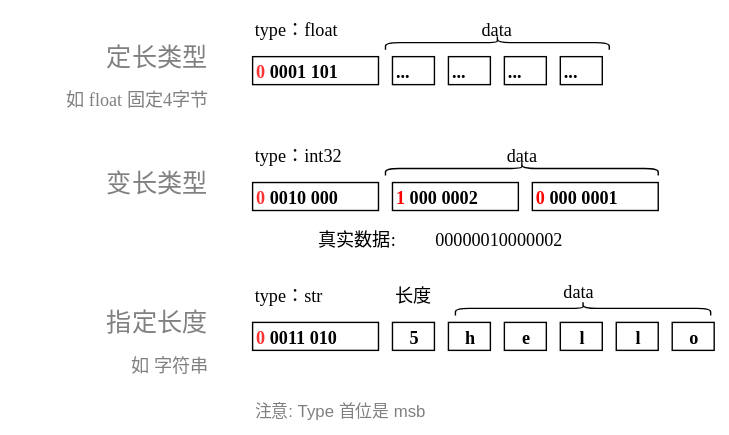
Earlier version of the draw.io export _static/images/serialize/protobuf-example.svg (weditor/document). Source tidied: cells renumbered, new cells last; positions are measured from the earlier drawing's top-left corner, leaving out a move shared by most shapes.
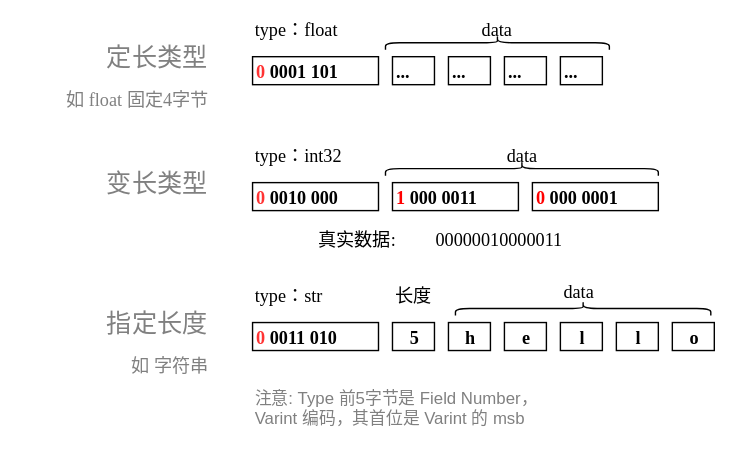
The same diagram one commit later.

Commit message:
修改语法错误

Diff of the diagram source:
```diff
@@ -32,7 +32,7 @@
     <mxCell id="11" value="data" style="text;html=1;strokeColor=none;fillColor=none;align=center;verticalAlign=middle;whiteSpace=wrap;rounded=0;fontFamily=Lucida Console;fontSize=13;" parent="1" vertex="1">
       <mxGeometry x="300" y="60" width="90" height="20" as="geometry" />
     </mxCell>
-    <mxCell id="12" value="&lt;font color=&quot;#ff0000&quot;&gt;1&lt;/font&gt; 000 0002" style="rounded=0;whiteSpace=wrap;html=1;fillColor=#ffffff;align=left;fontStyle=1;fontSize=13;fontFamily=Lucida Console;" parent="1" vertex="1">
+    <mxCell id="12" value="&lt;font color=&quot;#ff0000&quot;&gt;1&lt;/font&gt; 000 0011" style="rounded=0;whiteSpace=wrap;html=1;fillColor=#ffffff;align=left;fontStyle=1;fontSize=13;fontFamily=Lucida Console;" parent="1" vertex="1">
       <mxGeometry x="270" y="180" width="90" height="20" as="geometry" />
     </mxCell>
     <mxCell id="13" value="&lt;font color=&quot;#ff3333&quot;&gt;0&lt;/font&gt; 0010 000" style="rounded=0;whiteSpace=wrap;html=1;fillColor=#ffffff;align=left;fontStyle=1;fontSize=13;fontFamily=Lucida Console;" parent="1" vertex="1">
@@ -56,7 +56,7 @@
     <mxCell id="19" value="真实数据:" style="text;html=1;strokeColor=none;fillColor=none;align=center;verticalAlign=middle;whiteSpace=wrap;rounded=0;fontFamily=Lucida Console;fontSize=13;" parent="1" vertex="1">
       <mxGeometry x="210" y="210" width="70" height="20" as="geometry" />
     </mxCell>
-    <mxCell id="20" value="00000010000002" style="text;html=1;strokeColor=none;fillColor=none;align=center;verticalAlign=middle;whiteSpace=wrap;rounded=0;fontFamily=Lucida Console;fontSize=13;" parent="1" vertex="1">
+    <mxCell id="20" value="00000010000011" style="text;html=1;strokeColor=none;fillColor=none;align=center;verticalAlign=middle;whiteSpace=wrap;rounded=0;fontFamily=Lucida Console;fontSize=13;" parent="1" vertex="1">
       <mxGeometry x="273.8" y="210" width="142.5" height="20" as="geometry" />
     </mxCell>
     <mxCell id="21" value="5" style="rounded=0;whiteSpace=wrap;html=1;fillColor=#ffffff;align=center;fontStyle=1;fontSize=13;fontFamily=Lucida Console;" parent="1" vertex="1">
@@ -98,8 +98,8 @@
     <mxCell id="33" value="o" style="rounded=0;whiteSpace=wrap;html=1;fillColor=#ffffff;align=center;fontStyle=1;fontSize=13;fontFamily=Lucida Console;" parent="1" vertex="1">
       <mxGeometry x="470" y="280" width="30" height="20" as="geometry" />
     </mxCell>
-    <mxCell id="34" value="注意: Type 首位是 msb&amp;nbsp;" style="text;html=1;strokeColor=none;fillColor=none;align=left;verticalAlign=top;whiteSpace=wrap;rounded=0;fontColor=#808080;" parent="1" vertex="1">
-      <mxGeometry x="170" y="330" width="150" height="20" as="geometry" />
+    <mxCell id="34" value="注意: Type 前5字节是 Field Number，Varint 编码，其首位是 Varint 的 msb&amp;nbsp;" style="text;html=1;strokeColor=none;fillColor=none;align=left;verticalAlign=top;whiteSpace=wrap;rounded=0;fontColor=#808080;" parent="1" vertex="1">
+      <mxGeometry x="170" y="321.2" width="220" height="40" as="geometry" />
     </mxCell>
   </root>
 </mxGraphModel>
```
